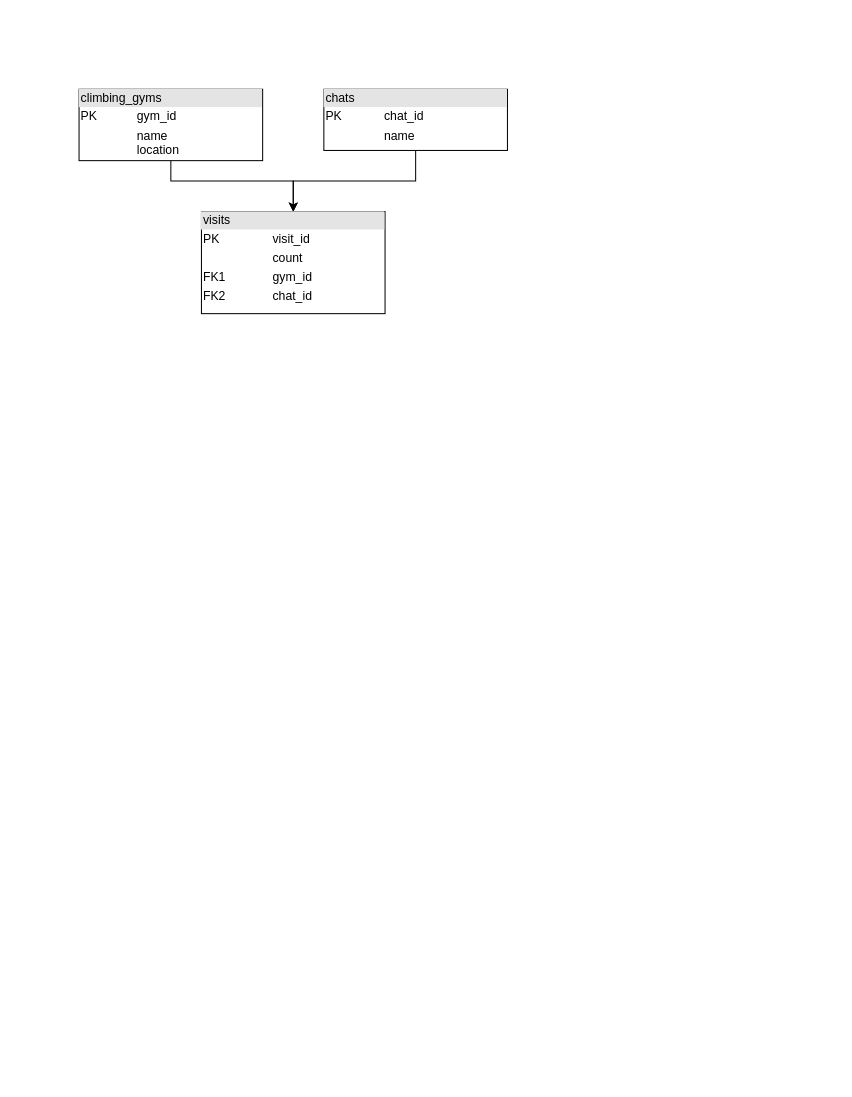
Earlier version of the draw.io diagram climb-where-bot/climb_where_bot_db.drawio (zinogore/Personal_Projects). Source tidied: cells renumbered, new cells numbered last; positions are measured from the earlier drawing's top-left corner, leaving out a move shared by most shapes. Both pictures are drawn from the tidied source at 102%, with x=0, y=0 at pixel (79, 89).
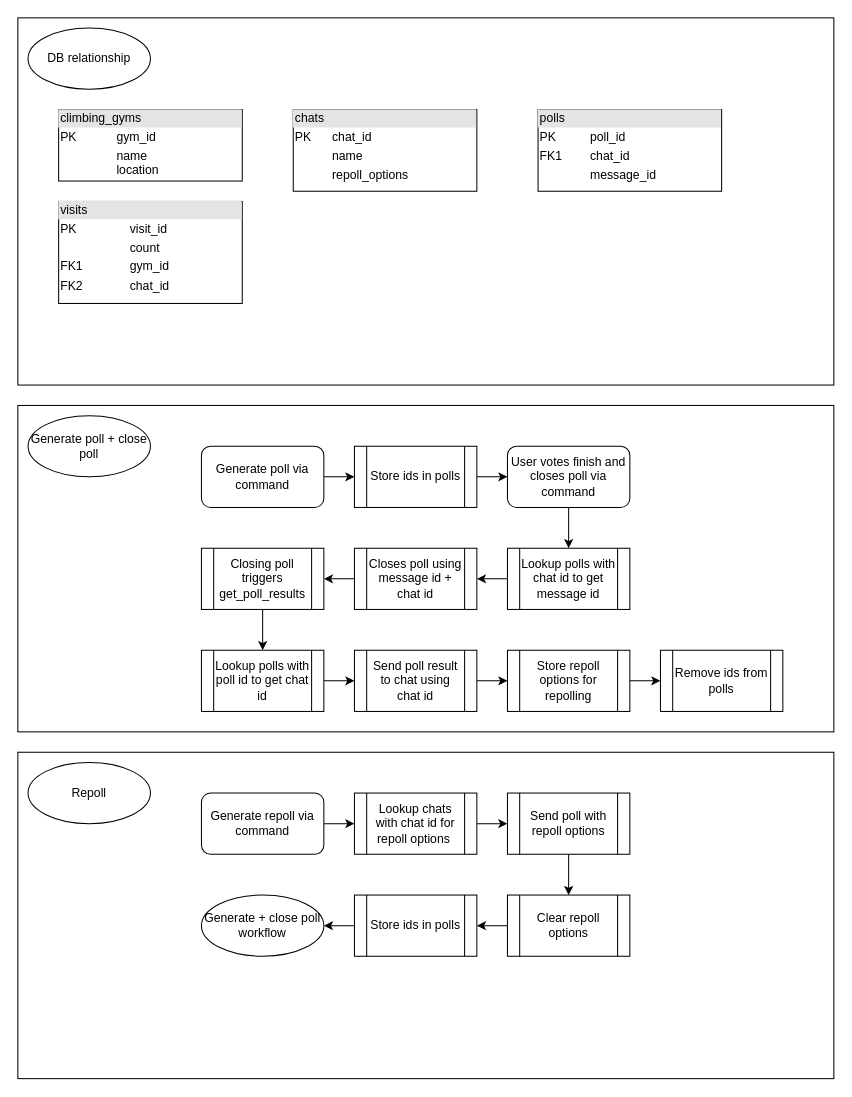
The same diagram, later.

Commit message:
Update: added generate poll, close poll, repoll workflow

Change to the diagram source:
```diff
@@
-    <mxCell id="2" style="edgeStyle=orthogonalEdgeStyle;rounded=0;jettySize=auto;html=1;" parent="1" edge="1" source="3" target="6">
-      <mxGeometry relative="1" as="geometry">
-        <Array as="points">
-          <mxPoint x="90" y="90" />
-          <mxPoint x="210" y="90" />
-        </Array>
-      </mxGeometry>
-    </mxCell>
+    <mxCell id="7" style="rounded=0;whiteSpace=wrap;html=1;" parent="1" vertex="1">
+      <mxGeometry x="-60" y="310" width="800" height="320" as="geometry" />
+    </mxCell>
+    <mxCell id="8" style="rounded=0;whiteSpace=wrap;html=1;" parent="1" vertex="1">
+      <mxGeometry x="-60" y="-70" width="800" height="360" as="geometry" />
+    </mxCell>
     <mxCell id="3" value="&lt;div style=&quot;box-sizing: border-box; width: 100%; background: rgb(228, 228, 228); padding: 2px;&quot;&gt;climbing_gyms&lt;/div&gt;&lt;table style=&quot;width:100%;font-size:1em;&quot; cellpadding=&quot;2&quot; cellspacing=&quot;0&quot;&gt;&lt;tbody&gt;&lt;tr&gt;&lt;td&gt;PK&lt;/td&gt;&lt;td&gt;gym_id&lt;/td&gt;&lt;/tr&gt;&lt;tr&gt;&lt;td&gt;&lt;/td&gt;&lt;td&gt;name&lt;br&gt;location&lt;/td&gt;&lt;/tr&gt;&lt;/tbody&gt;&lt;/table&gt;" style="verticalAlign=top;align=left;overflow=fill;html=1;whiteSpace=wrap;" parent="1" vertex="1">
-      <mxGeometry width="180" height="70" as="geometry" />
+      <mxGeometry x="-20" y="20" width="180" height="70" as="geometry" />
     </mxCell>
-    <mxCell id="4" style="edgeStyle=orthogonalEdgeStyle;rounded=0;jettySize=auto;html=1;" parent="1" edge="1" source="5" target="6">
-      <mxGeometry relative="1" as="geometry" />
-    </mxCell>
-    <mxCell id="5" value="&lt;div style=&quot;box-sizing: border-box; width: 100%; background: rgb(228, 228, 228); padding: 2px;&quot;&gt;chats&lt;/div&gt;&lt;table style=&quot;width:100%;font-size:1em;&quot; cellpadding=&quot;2&quot; cellspacing=&quot;0&quot;&gt;&lt;tbody&gt;&lt;tr&gt;&lt;td&gt;PK&lt;/td&gt;&lt;td&gt;chat_id&lt;/td&gt;&lt;/tr&gt;&lt;tr&gt;&lt;td&gt;&lt;br&gt;&lt;/td&gt;&lt;td&gt;name&lt;/td&gt;&lt;/tr&gt;&lt;/tbody&gt;&lt;/table&gt;" style="verticalAlign=top;align=left;overflow=fill;html=1;whiteSpace=wrap;" parent="1" vertex="1">
-      <mxGeometry x="240" width="180" height="60" as="geometry" />
+    <mxCell id="5" value="&lt;div style=&quot;box-sizing: border-box; width: 100%; background: rgb(228, 228, 228); padding: 2px;&quot;&gt;chats&lt;/div&gt;&lt;table style=&quot;width:100%;font-size:1em;&quot; cellpadding=&quot;2&quot; cellspacing=&quot;0&quot;&gt;&lt;tbody&gt;&lt;tr&gt;&lt;td&gt;PK&lt;/td&gt;&lt;td&gt;chat_id&lt;/td&gt;&lt;/tr&gt;&lt;tr&gt;&lt;td&gt;&lt;br&gt;&lt;/td&gt;&lt;td&gt;name&lt;/td&gt;&lt;/tr&gt;&lt;tr&gt;&lt;td&gt;&lt;br&gt;&lt;/td&gt;&lt;td&gt;repoll_options&lt;/td&gt;&lt;/tr&gt;&lt;/tbody&gt;&lt;/table&gt;" style="verticalAlign=top;align=left;overflow=fill;html=1;whiteSpace=wrap;" parent="1" vertex="1">
+      <mxGeometry x="210" y="20" width="180" height="80" as="geometry" />
     </mxCell>
     <mxCell id="6" value="&lt;div style=&quot;box-sizing: border-box; width: 100%; background: rgb(228, 228, 228); padding: 2px;&quot;&gt;visits&lt;/div&gt;&lt;table style=&quot;width:100%;font-size:1em;&quot; cellpadding=&quot;2&quot; cellspacing=&quot;0&quot;&gt;&lt;tbody&gt;&lt;tr&gt;&lt;td&gt;PK&lt;/td&gt;&lt;td&gt;visit_id&lt;/td&gt;&lt;/tr&gt;&lt;tr&gt;&lt;td&gt;&lt;/td&gt;&lt;td&gt;count&lt;br&gt;&lt;/td&gt;&lt;/tr&gt;&lt;tr&gt;&lt;td&gt;FK1&lt;/td&gt;&lt;td&gt;gym_id&lt;/td&gt;&lt;/tr&gt;&lt;tr&gt;&lt;td&gt;FK2&lt;/td&gt;&lt;td&gt;chat_id&lt;/td&gt;&lt;/tr&gt;&lt;/tbody&gt;&lt;/table&gt;" style="verticalAlign=top;align=left;overflow=fill;html=1;whiteSpace=wrap;" parent="1" vertex="1">
-      <mxGeometry x="120" y="120" width="180" height="100" as="geometry" />
+      <mxGeometry x="-20" y="110" width="180" height="100" as="geometry" />
     </mxCell>
+    <mxCell id="9" value="&lt;div style=&quot;box-sizing: border-box; width: 100%; background: rgb(228, 228, 228); padding: 2px;&quot;&gt;polls&lt;/div&gt;&lt;table style=&quot;width:100%;font-size:1em;&quot; cellpadding=&quot;2&quot; cellspacing=&quot;0&quot;&gt;&lt;tbody&gt;&lt;tr&gt;&lt;td&gt;PK&lt;/td&gt;&lt;td&gt;poll_id&lt;/td&gt;&lt;/tr&gt;&lt;tr&gt;&lt;td&gt;FK1&lt;/td&gt;&lt;td&gt;chat_id&lt;/td&gt;&lt;/tr&gt;&lt;tr&gt;&lt;td&gt;&lt;br&gt;&lt;/td&gt;&lt;td&gt;message_id&lt;/td&gt;&lt;/tr&gt;&lt;/tbody&gt;&lt;/table&gt;" style="verticalAlign=top;align=left;overflow=fill;html=1;whiteSpace=wrap;" parent="1" vertex="1">
+      <mxGeometry x="450" y="20" width="180" height="80" as="geometry" />
+    </mxCell>
+    <mxCell id="10" style="edgeStyle=orthogonalEdgeStyle;rounded=0;jettySize=auto;html=1;" parent="1" edge="1" source="11" target="13">
+      <mxGeometry relative="1" as="geometry" />
+    </mxCell>
+    <mxCell id="11" value="Generate poll via command" style="rounded=1;whiteSpace=wrap;html=1;" parent="1" vertex="1">
+      <mxGeometry x="120" y="350" width="120" height="60" as="geometry" />
+    </mxCell>
+    <mxCell id="12" style="edgeStyle=orthogonalEdgeStyle;rounded=0;jettySize=auto;html=1;" parent="1" edge="1" source="13" target="15">
+      <mxGeometry relative="1" as="geometry" />
+    </mxCell>
+    <mxCell id="13" value="Store ids in polls" style="shape=process;whiteSpace=wrap;html=1;backgroundOutline=1;" parent="1" vertex="1">
+      <mxGeometry x="270" y="350" width="120" height="60" as="geometry" />
+    </mxCell>
+    <mxCell id="14" style="edgeStyle=orthogonalEdgeStyle;rounded=0;jettySize=auto;html=1;" parent="1" edge="1" source="15" target="17">
+      <mxGeometry relative="1" as="geometry" />
+    </mxCell>
+    <mxCell id="15" value="User votes finish and closes poll via command" style="whiteSpace=wrap;html=1;rounded=1;" parent="1" vertex="1">
+      <mxGeometry x="420" y="350" width="120" height="60" as="geometry" />
+    </mxCell>
+    <mxCell id="16" style="edgeStyle=orthogonalEdgeStyle;rounded=0;jettySize=auto;html=1;" parent="1" edge="1" source="17" target="19">
+      <mxGeometry relative="1" as="geometry" />
+    </mxCell>
+    <mxCell id="17" value="Lookup polls with chat id to get message id" style="shape=process;whiteSpace=wrap;html=1;backgroundOutline=1;" parent="1" vertex="1">
+      <mxGeometry x="420" y="450" width="120" height="60" as="geometry" />
+    </mxCell>
+    <mxCell id="18" style="edgeStyle=orthogonalEdgeStyle;rounded=0;jettySize=auto;html=1;" parent="1" edge="1" source="19" target="21">
+      <mxGeometry relative="1" as="geometry" />
+    </mxCell>
+    <mxCell id="19" value="Closes poll using message id + chat id" style="shape=process;whiteSpace=wrap;html=1;backgroundOutline=1;" parent="1" vertex="1">
+      <mxGeometry x="270" y="450" width="120" height="60" as="geometry" />
+    </mxCell>
+    <mxCell id="20" style="edgeStyle=orthogonalEdgeStyle;rounded=0;jettySize=auto;html=1;" parent="1" edge="1" source="21" target="23">
+      <mxGeometry relative="1" as="geometry" />
+    </mxCell>
+    <mxCell id="21" value="Closing poll triggers get_poll_results" style="shape=process;whiteSpace=wrap;html=1;backgroundOutline=1;" parent="1" vertex="1">
+      <mxGeometry x="120" y="450" width="120" height="60" as="geometry" />
+    </mxCell>
+    <mxCell id="22" style="edgeStyle=orthogonalEdgeStyle;rounded=0;jettySize=auto;html=1;" parent="1" edge="1" source="23" target="25">
+      <mxGeometry relative="1" as="geometry" />
+    </mxCell>
+    <mxCell id="23" value="Lookup polls with poll id to get chat id" style="shape=process;whiteSpace=wrap;html=1;backgroundOutline=1;" parent="1" vertex="1">
+      <mxGeometry x="120" y="550" width="120" height="60" as="geometry" />
+    </mxCell>
+    <mxCell id="24" style="edgeStyle=orthogonalEdgeStyle;rounded=0;jettySize=auto;html=1;" parent="1" edge="1" source="25" target="27">
+      <mxGeometry relative="1" as="geometry" />
+    </mxCell>
+    <mxCell id="25" value="Send poll result to chat using chat id" style="shape=process;whiteSpace=wrap;html=1;backgroundOutline=1;" parent="1" vertex="1">
+      <mxGeometry x="270" y="550" width="120" height="60" as="geometry" />
+    </mxCell>
+    <mxCell id="26" style="edgeStyle=orthogonalEdgeStyle;rounded=0;jettySize=auto;html=1;" parent="1" edge="1" source="27" target="44">
+      <mxGeometry relative="1" as="geometry" />
+    </mxCell>
+    <mxCell id="27" value="Store repoll options for repolling" style="shape=process;whiteSpace=wrap;html=1;backgroundOutline=1;" parent="1" vertex="1">
+      <mxGeometry x="420" y="550" width="120" height="60" as="geometry" />
+    </mxCell>
+    <mxCell id="28" value="Generate poll + close poll" style="rounded=0;whiteSpace=wrap;html=1;shape=ellipse;fixedSize=1;perimeter=ellipsePerimeter;" parent="1" vertex="1">
+      <mxGeometry x="-50" y="320" width="120" height="60" as="geometry" />
+    </mxCell>
+    <mxCell id="29" value="DB relationship" style="rounded=0;whiteSpace=wrap;html=1;shape=ellipse;perimeter=ellipsePerimeter;" parent="1" vertex="1">
+      <mxGeometry x="-50" y="-60" width="120" height="60" as="geometry" />
+    </mxCell>
+    <mxCell id="30" style="rounded=0;whiteSpace=wrap;html=1;" parent="1" vertex="1">
+      <mxGeometry x="-60" y="650" width="800" height="320" as="geometry" />
+    </mxCell>
+    <mxCell id="31" style="edgeStyle=orthogonalEdgeStyle;rounded=0;jettySize=auto;html=1;" parent="1" edge="1" source="32" target="34">
+      <mxGeometry relative="1" as="geometry" />
+    </mxCell>
+    <mxCell id="32" value="Generate repoll via command" style="rounded=1;whiteSpace=wrap;html=1;" parent="1" vertex="1">
+      <mxGeometry x="120" y="690" width="120" height="60" as="geometry" />
+    </mxCell>
+    <mxCell id="33" style="edgeStyle=orthogonalEdgeStyle;rounded=0;jettySize=auto;html=1;" parent="1" edge="1" source="34" target="36">
+      <mxGeometry relative="1" as="geometry" />
+    </mxCell>
+    <mxCell id="34" value="Lookup chats with chat id for repoll options&amp;nbsp;" style="shape=process;whiteSpace=wrap;html=1;backgroundOutline=1;" parent="1" vertex="1">
+      <mxGeometry x="270" y="690" width="120" height="60" as="geometry" />
+    </mxCell>
+    <mxCell id="35" style="edgeStyle=orthogonalEdgeStyle;rounded=0;jettySize=auto;html=1;" parent="1" edge="1" source="36" target="38">
+      <mxGeometry relative="1" as="geometry" />
+    </mxCell>
+    <mxCell id="36" value="Send poll with repoll options" style="whiteSpace=wrap;html=1;rounded=0;shape=process;backgroundOutline=1;" parent="1" vertex="1">
+      <mxGeometry x="420" y="690" width="120" height="60" as="geometry" />
+    </mxCell>
+    <mxCell id="37" style="edgeStyle=orthogonalEdgeStyle;rounded=0;jettySize=auto;html=1;" parent="1" edge="1" source="38" target="46">
+      <mxGeometry relative="1" as="geometry" />
+    </mxCell>
+    <mxCell id="38" value="Clear repoll options" style="shape=process;whiteSpace=wrap;html=1;backgroundOutline=1;" parent="1" vertex="1">
+      <mxGeometry x="420" y="790" width="120" height="60" as="geometry" />
+    </mxCell>
+    <mxCell id="39" style="edgeStyle=orthogonalEdgeStyle;rounded=0;orthogonalLoop=1;jettySize=auto;html=1;" parent="1" edge="1">
+      <mxGeometry relative="1" as="geometry">
+        <mxPoint x="270" y="820" as="sourcePoint" />
+      </mxGeometry>
+    </mxCell>
+    <mxCell id="40" style="edgeStyle=orthogonalEdgeStyle;rounded=0;orthogonalLoop=1;jettySize=auto;html=1;" parent="1" edge="1">
+      <mxGeometry relative="1" as="geometry">
+        <mxPoint x="180" y="850" as="sourcePoint" />
+      </mxGeometry>
+    </mxCell>
+    <mxCell id="41" style="edgeStyle=orthogonalEdgeStyle;rounded=0;orthogonalLoop=1;jettySize=auto;html=1;" parent="1" edge="1">
+      <mxGeometry relative="1" as="geometry">
+        <mxPoint x="240" y="920" as="sourcePoint" />
+      </mxGeometry>
+    </mxCell>
+    <mxCell id="42" style="edgeStyle=orthogonalEdgeStyle;rounded=0;orthogonalLoop=1;jettySize=auto;html=1;" parent="1" edge="1">
+      <mxGeometry relative="1" as="geometry">
+        <mxPoint x="390" y="920" as="sourcePoint" />
+      </mxGeometry>
+    </mxCell>
+    <mxCell id="43" value="Repoll" style="rounded=0;whiteSpace=wrap;html=1;shape=ellipse;perimeter=ellipsePerimeter;" parent="1" vertex="1">
+      <mxGeometry x="-50" y="660" width="120" height="60" as="geometry" />
+    </mxCell>
+    <mxCell id="44" value="Remove ids from polls" style="shape=process;whiteSpace=wrap;html=1;backgroundOutline=1;" parent="1" vertex="1">
+      <mxGeometry x="570" y="550" width="120" height="60" as="geometry" />
+    </mxCell>
+    <mxCell id="45" style="edgeStyle=orthogonalEdgeStyle;rounded=0;jettySize=auto;html=1;" parent="1" edge="1" source="46" target="47">
+      <mxGeometry relative="1" as="geometry" />
+    </mxCell>
+    <mxCell id="46" value="Store ids in polls" style="shape=process;whiteSpace=wrap;html=1;backgroundOutline=1;" parent="1" vertex="1">
+      <mxGeometry x="270" y="790" width="120" height="60" as="geometry" />
+    </mxCell>
+    <mxCell id="47" value="Generate + close poll workflow" style="whiteSpace=wrap;html=1;shape=ellipse;perimeter=ellipsePerimeter;" parent="1" vertex="1">
+      <mxGeometry x="120" y="790" width="120" height="60" as="geometry" />
+    </mxCell>
```
